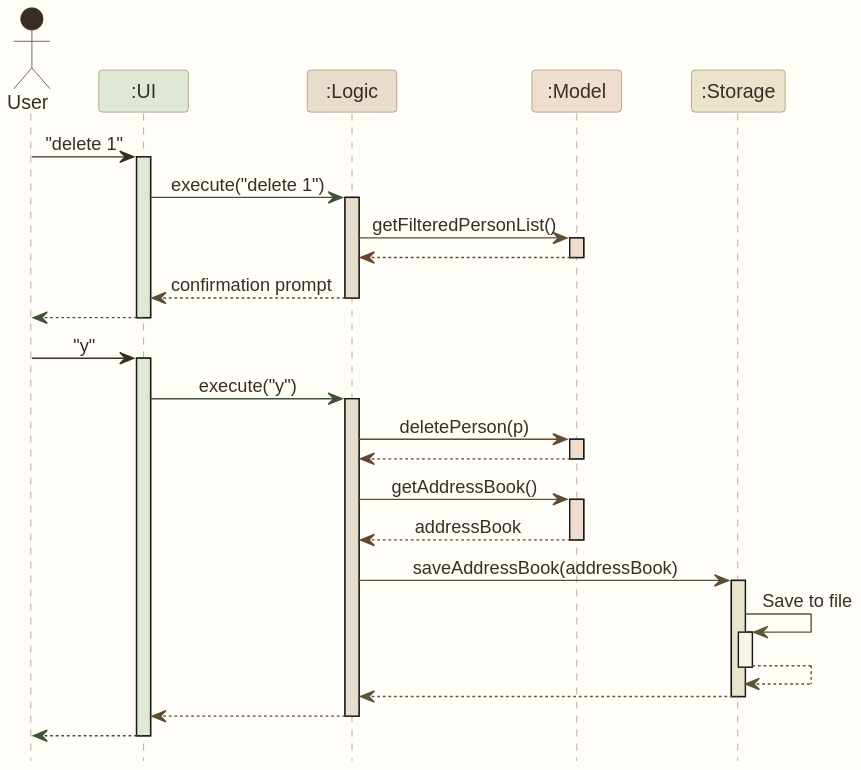
Earlier version of the PlantUML export docs/images/ArchitectureSequenceDiagram.svg (AY2627S1-CS2103T-W12-1/tp).
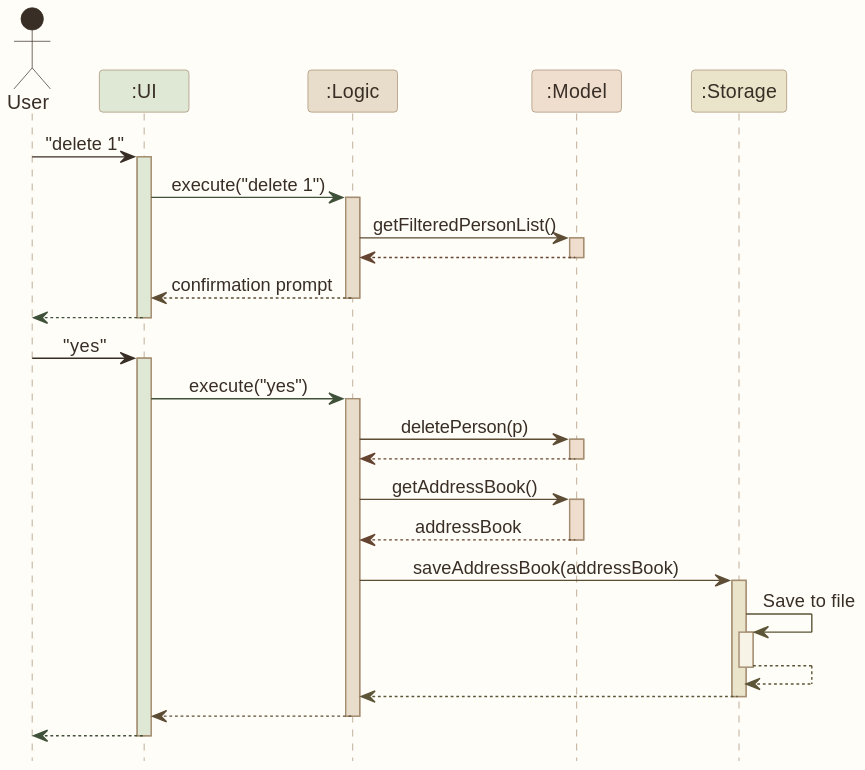
Above is the later version.

Diff of the diagram source:
```diff
@@ -26,10 +26,10 @@
 ui--[UI_COLOR_T4]> user
 deactivate ui
 
-user -[USER_COLOR]> ui : "y"
+user -[USER_COLOR]> ui : "yes"
 activate ui UI_COLOR
 
-ui -[UI_COLOR_T4]> logic : execute("y")
+ui -[UI_COLOR_T4]> logic : execute("yes")
 activate logic LOGIC_COLOR
 
 logic -[LOGIC_COLOR_T4]> model : deletePerson(p)
```
